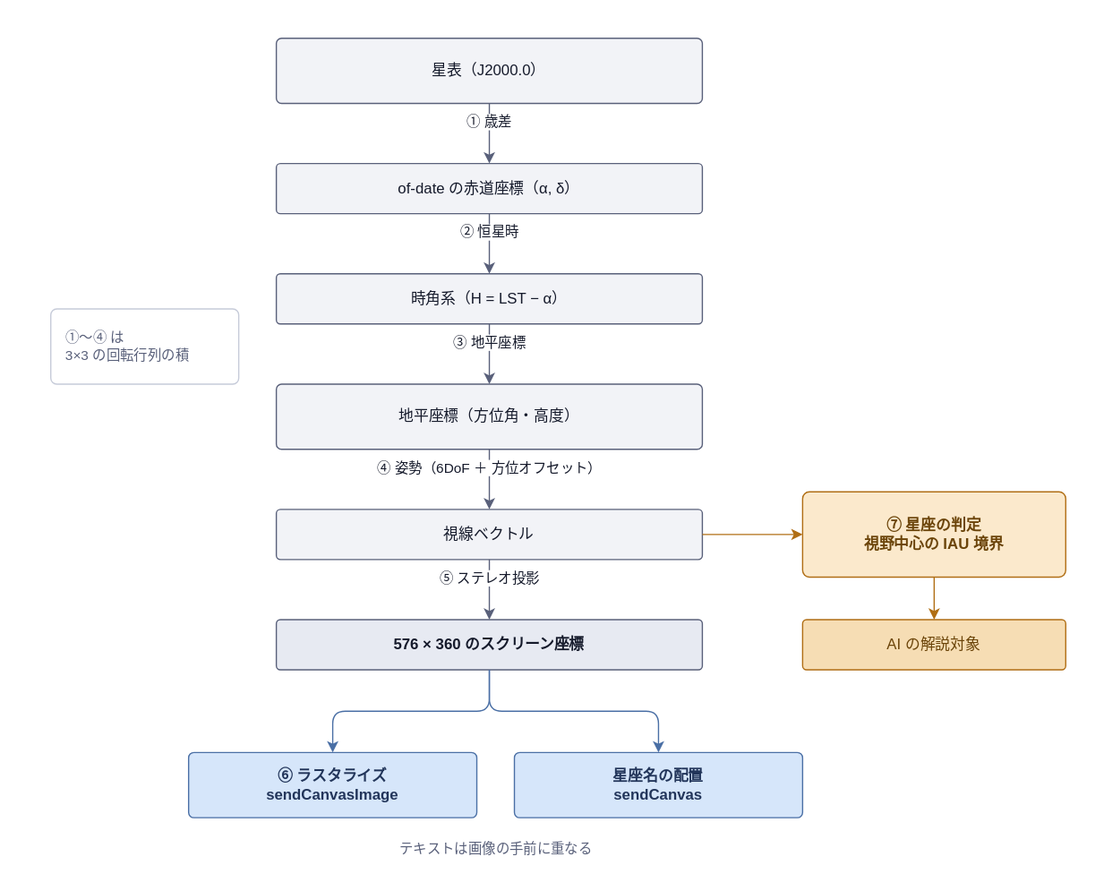
This is docs/team-e/diagrams/pipeline.drawio.svg from jigintern/sabera-team-e, a draw.io export, as it was before one commit. Source tidied: cells renumbered, new cells last; positions are measured from the earlier drawing's top-left corner, leaving out a move shared by most shapes. Source of this version:
```xml
<mxGraphModel>
  <root>
    <mxCell id="0" />
    <mxCell id="1" parent="0" />
    <mxCell id="2" style="rounded=0;whiteSpace=wrap;html=1;fillColor=#FFFFFF;strokeColor=none;" parent="1" vertex="1">
      <mxGeometry width="880" height="710" as="geometry" />
    </mxCell>
    <mxCell id="3" value="星表（J2000.0）" style="rounded=1;arcSize=8;whiteSpace=wrap;html=1;fillColor=#F2F3F7;strokeColor=#59607A;fontColor=#151A2B;fontSize=12;" parent="1" vertex="1">
      <mxGeometry x="220" y="30" width="340" height="52" as="geometry" />
    </mxCell>
    <mxCell id="4" value="of-date の赤道座標（α, δ）" style="rounded=1;arcSize=8;whiteSpace=wrap;html=1;fillColor=#F2F3F7;strokeColor=#59607A;fontColor=#151A2B;fontSize=12;" parent="1" vertex="1">
      <mxGeometry x="220" y="130" width="340" height="40" as="geometry" />
    </mxCell>
    <mxCell id="5" value="時角系（H = LST − α）" style="rounded=1;arcSize=8;whiteSpace=wrap;html=1;fillColor=#F2F3F7;strokeColor=#59607A;fontColor=#151A2B;fontSize=12;" parent="1" vertex="1">
      <mxGeometry x="220" y="218" width="340" height="40" as="geometry" />
    </mxCell>
    <mxCell id="6" value="地平座標（方位角・高度）" style="rounded=1;arcSize=8;whiteSpace=wrap;html=1;fillColor=#F2F3F7;strokeColor=#59607A;fontColor=#151A2B;fontSize=12;" parent="1" vertex="1">
      <mxGeometry x="220" y="306" width="340" height="52" as="geometry" />
    </mxCell>
    <mxCell id="7" value="視線ベクトル" style="rounded=1;arcSize=8;whiteSpace=wrap;html=1;fillColor=#F2F3F7;strokeColor=#59607A;fontColor=#151A2B;fontSize=12;" parent="1" vertex="1">
      <mxGeometry x="220" y="406" width="340" height="40" as="geometry" />
    </mxCell>
    <mxCell id="8" value="576 × 360 のスクリーン座標" style="rounded=1;arcSize=8;whiteSpace=wrap;html=1;fillColor=#E7EAF2;strokeColor=#59607A;fontColor=#151A2B;fontSize=12;fontStyle=1;" parent="1" vertex="1">
      <mxGeometry x="220" y="494" width="340" height="40" as="geometry" />
    </mxCell>
    <mxCell id="9" value="⑥ ラスタライズ&#10;sendCanvasImage" style="rounded=1;arcSize=8;whiteSpace=wrap;html=1;fillColor=#D6E6FA;strokeColor=#4A6FA5;fontColor=#22355A;fontSize=12;fontStyle=1;" parent="1" vertex="1">
      <mxGeometry x="150" y="600" width="230" height="52" as="geometry" />
    </mxCell>
    <mxCell id="10" value="星座名の配置&#10;sendCanvas" style="rounded=1;arcSize=8;whiteSpace=wrap;html=1;fillColor=#D6E6FA;strokeColor=#4A6FA5;fontColor=#22355A;fontSize=12;fontStyle=1;" parent="1" vertex="1">
      <mxGeometry x="410" y="600" width="230" height="52" as="geometry" />
    </mxCell>
    <mxCell id="11" value="⑦ 星座の判定&#10;視野中心の IAU 境界" style="rounded=1;arcSize=8;whiteSpace=wrap;html=1;fillColor=#FBE9CC;strokeColor=#B06E14;fontColor=#6B4409;fontSize=12;fontStyle=1;" parent="1" vertex="1">
      <mxGeometry x="640" y="392" width="210" height="68" as="geometry" />
    </mxCell>
    <mxCell id="12" value="AI の解説対象" style="rounded=1;arcSize=8;whiteSpace=wrap;html=1;fillColor=#F6DDB4;strokeColor=#B06E14;fontColor=#6B4409;fontSize=12;" parent="1" vertex="1">
      <mxGeometry x="640" y="494" width="210" height="40" as="geometry" />
    </mxCell>
    <mxCell id="13" value="① 歳差" style="edgeStyle=orthogonalEdgeStyle;html=1;rounded=0;strokeColor=#59607A;fontColor=#151A2B;fontSize=11;verticalAlign=bottom;" parent="1" edge="1" source="3" target="4">
      <mxGeometry relative="1" as="geometry" />
    </mxCell>
    <mxCell id="14" value="② 恒星時" style="edgeStyle=orthogonalEdgeStyle;html=1;rounded=0;strokeColor=#59607A;fontColor=#151A2B;fontSize=11;verticalAlign=bottom;" parent="1" edge="1" source="4" target="5">
      <mxGeometry relative="1" as="geometry" />
    </mxCell>
    <mxCell id="15" value="③ 地平座標" style="edgeStyle=orthogonalEdgeStyle;html=1;rounded=0;strokeColor=#59607A;fontColor=#151A2B;fontSize=11;verticalAlign=bottom;" parent="1" edge="1" source="5" target="6">
      <mxGeometry relative="1" as="geometry" />
    </mxCell>
    <mxCell id="16" value="④ 姿勢（6DoF ＋ 方位オフセット）" style="edgeStyle=orthogonalEdgeStyle;html=1;rounded=0;strokeColor=#59607A;fontColor=#151A2B;fontSize=11;verticalAlign=bottom;" parent="1" edge="1" source="6" target="7">
      <mxGeometry relative="1" as="geometry" />
    </mxCell>
    <mxCell id="17" value="⑤ ステレオ投影" style="edgeStyle=orthogonalEdgeStyle;html=1;rounded=0;strokeColor=#59607A;fontColor=#151A2B;fontSize=11;verticalAlign=bottom;" parent="1" edge="1" source="7" target="8">
      <mxGeometry relative="1" as="geometry" />
    </mxCell>
    <mxCell id="18" style="edgeStyle=orthogonalEdgeStyle;html=1;rounded=1;strokeColor=#4A6FA5;exitX=0.5;exitY=1;entryX=0.5;entryY=0;" parent="1" edge="1" source="8" target="9">
      <mxGeometry relative="1" as="geometry" />
    </mxCell>
    <mxCell id="19" style="edgeStyle=orthogonalEdgeStyle;html=1;rounded=1;strokeColor=#4A6FA5;exitX=0.5;exitY=1;entryX=0.5;entryY=0;" parent="1" edge="1" source="8" target="10">
      <mxGeometry relative="1" as="geometry" />
    </mxCell>
    <mxCell id="20" style="edgeStyle=orthogonalEdgeStyle;html=1;rounded=1;strokeColor=#B06E14;exitX=1;exitY=0.5;entryX=0;entryY=0.5;" parent="1" edge="1" source="7" target="11">
      <mxGeometry relative="1" as="geometry" />
    </mxCell>
    <mxCell id="21" style="edgeStyle=orthogonalEdgeStyle;html=1;rounded=1;strokeColor=#B06E14;exitX=0.5;exitY=1;entryX=0.5;entryY=0;" parent="1" edge="1" source="11" target="12">
      <mxGeometry relative="1" as="geometry" />
    </mxCell>
    <mxCell id="22" value="①〜④ は&#10;3×3 の回転行列の積" style="rounded=1;arcSize=8;whiteSpace=wrap;html=1;fillColor=#FFFFFF;strokeColor=#C6CBD9;fontColor=#59607A;fontSize=11;align=left;spacingLeft=10;" parent="1" vertex="1">
      <mxGeometry x="40" y="246" width="150" height="60" as="geometry" />
    </mxCell>
    <mxCell id="23" value="テキストは画像の手前に重なる" style="text;html=1;align=center;fontSize=11;fontColor=#59607A;" parent="1" vertex="1">
      <mxGeometry x="150" y="664" width="490" height="30" as="geometry" />
    </mxCell>
  </root>
</mxGraphModel>
```
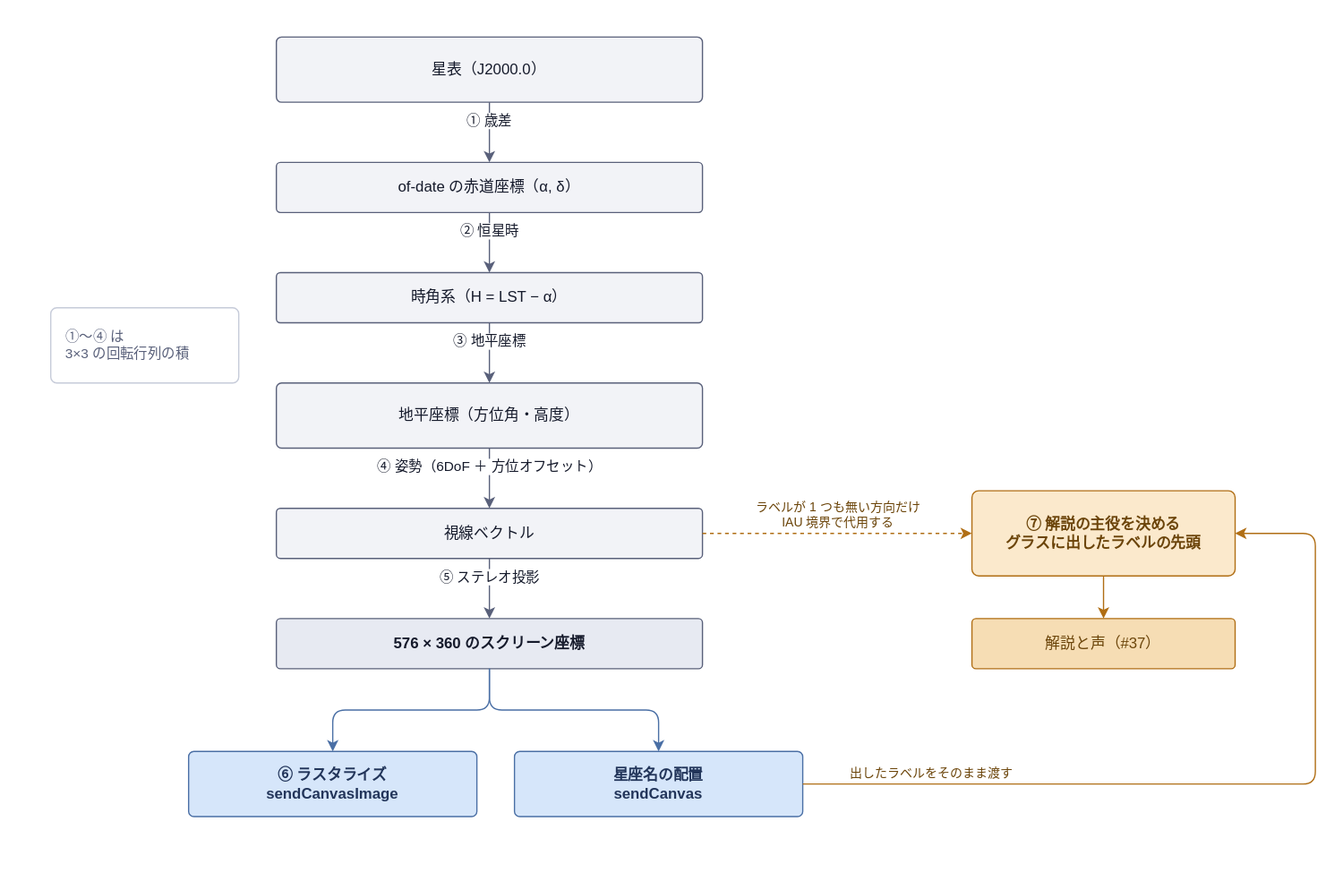
Later version of the same file.

Diff of the diagram source:
```diff
@@ -3,7 +3,7 @@
     <mxCell id="0" />
     <mxCell id="1" parent="0" />
     <mxCell id="2" style="rounded=0;whiteSpace=wrap;html=1;fillColor=#FFFFFF;strokeColor=none;" parent="1" vertex="1">
-      <mxGeometry width="880" height="710" as="geometry" />
+      <mxGeometry width="960" height="710" as="geometry" />
     </mxCell>
     <mxCell id="3" value="星表（J2000.0）" style="rounded=1;arcSize=8;whiteSpace=wrap;html=1;fillColor=#F2F3F7;strokeColor=#59607A;fontColor=#151A2B;fontSize=12;" parent="1" vertex="1">
       <mxGeometry x="220" y="30" width="340" height="52" as="geometry" />
@@ -29,11 +29,11 @@
     <mxCell id="10" value="星座名の配置&#10;sendCanvas" style="rounded=1;arcSize=8;whiteSpace=wrap;html=1;fillColor=#D6E6FA;strokeColor=#4A6FA5;fontColor=#22355A;fontSize=12;fontStyle=1;" parent="1" vertex="1">
       <mxGeometry x="410" y="600" width="230" height="52" as="geometry" />
     </mxCell>
-    <mxCell id="11" value="⑦ 星座の判定&#10;視野中心の IAU 境界" style="rounded=1;arcSize=8;whiteSpace=wrap;html=1;fillColor=#FBE9CC;strokeColor=#B06E14;fontColor=#6B4409;fontSize=12;fontStyle=1;" parent="1" vertex="1">
-      <mxGeometry x="640" y="392" width="210" height="68" as="geometry" />
+    <mxCell id="11" value="⑦ 解説の主役を決める&#10;グラスに出したラベルの先頭" style="rounded=1;arcSize=8;whiteSpace=wrap;html=1;fillColor=#FBE9CC;strokeColor=#B06E14;fontColor=#6B4409;fontSize=12;fontStyle=1;" parent="1" vertex="1">
+      <mxGeometry x="775" y="392" width="210" height="68" as="geometry" />
     </mxCell>
-    <mxCell id="12" value="AI の解説対象" style="rounded=1;arcSize=8;whiteSpace=wrap;html=1;fillColor=#F6DDB4;strokeColor=#B06E14;fontColor=#6B4409;fontSize=12;" parent="1" vertex="1">
-      <mxGeometry x="640" y="494" width="210" height="40" as="geometry" />
+    <mxCell id="12" value="解説と声（#37）" style="rounded=1;arcSize=8;whiteSpace=wrap;html=1;fillColor=#F6DDB4;strokeColor=#B06E14;fontColor=#6B4409;fontSize=12;" parent="1" vertex="1">
+      <mxGeometry x="775" y="494" width="210" height="40" as="geometry" />
     </mxCell>
     <mxCell id="13" value="① 歳差" style="edgeStyle=orthogonalEdgeStyle;html=1;rounded=0;strokeColor=#59607A;fontColor=#151A2B;fontSize=11;verticalAlign=bottom;" parent="1" edge="1" source="3" target="4">
       <mxGeometry relative="1" as="geometry" />
@@ -56,17 +56,22 @@
     <mxCell id="19" style="edgeStyle=orthogonalEdgeStyle;html=1;rounded=1;strokeColor=#4A6FA5;exitX=0.5;exitY=1;entryX=0.5;entryY=0;" parent="1" edge="1" source="8" target="10">
       <mxGeometry relative="1" as="geometry" />
     </mxCell>
-    <mxCell id="20" style="edgeStyle=orthogonalEdgeStyle;html=1;rounded=1;strokeColor=#B06E14;exitX=1;exitY=0.5;entryX=0;entryY=0.5;" parent="1" edge="1" source="7" target="11">
+    <mxCell id="20" value="ラベルが 1 つも無い方向だけ&#10;IAU 境界で代用する" style="edgeStyle=orthogonalEdgeStyle;html=1;rounded=1;strokeColor=#B06E14;fontColor=#6B4409;fontSize=10;dashed=1;verticalAlign=bottom;exitX=1;exitY=0.5;entryX=0;entryY=0.5;" parent="1" edge="1" source="7" target="11">
       <mxGeometry relative="1" as="geometry" />
     </mxCell>
+    <mxCell id="24" value="出したラベルをそのまま渡す" style="edgeStyle=orthogonalEdgeStyle;html=1;rounded=1;strokeColor=#B06E14;fontColor=#6B4409;fontSize=10;exitX=1;exitY=0.5;entryX=1;entryY=0.5;verticalAlign=bottom;align=right;" parent="1" edge="1" source="10" target="11">
+      <mxGeometry x="-0.5" relative="1" as="geometry">
+        <Array as="points">
+          <mxPoint x="1049" y="626" />
+          <mxPoint x="1049" y="426" />
+        </Array>
+      </mxGeometry>
+    </mxCell>
     <mxCell id="21" style="edgeStyle=orthogonalEdgeStyle;html=1;rounded=1;strokeColor=#B06E14;exitX=0.5;exitY=1;entryX=0.5;entryY=0;" parent="1" edge="1" source="11" target="12">
       <mxGeometry relative="1" as="geometry" />
     </mxCell>
     <mxCell id="22" value="①〜④ は&#10;3×3 の回転行列の積" style="rounded=1;arcSize=8;whiteSpace=wrap;html=1;fillColor=#FFFFFF;strokeColor=#C6CBD9;fontColor=#59607A;fontSize=11;align=left;spacingLeft=10;" parent="1" vertex="1">
       <mxGeometry x="40" y="246" width="150" height="60" as="geometry" />
     </mxCell>
-    <mxCell id="23" value="テキストは画像の手前に重なる" style="text;html=1;align=center;fontSize=11;fontColor=#59607A;" parent="1" vertex="1">
-      <mxGeometry x="150" y="664" width="490" height="30" as="geometry" />
-    </mxCell>
   </root>
 </mxGraphModel>
```
